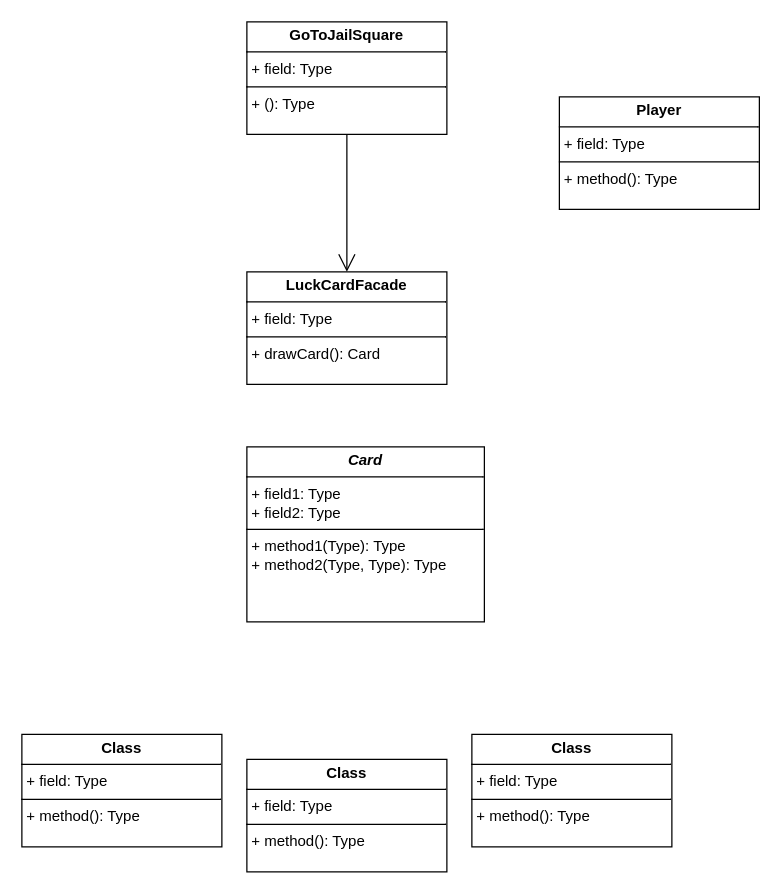
Above: workshop7-week8.drawio in antonykimuom/SWEN30006-2025-SM1-workshop1-tuew05-14-00-team-12 (draw.io), before the change. Source tidied: cells renumbered, new cells numbered last; positions are measured from the earlier drawing's top-left corner, leaving out a move shared by most shapes. Both pictures are drawn from the tidied source at 125%, with x=0, y=0 at pixel (21, 21).
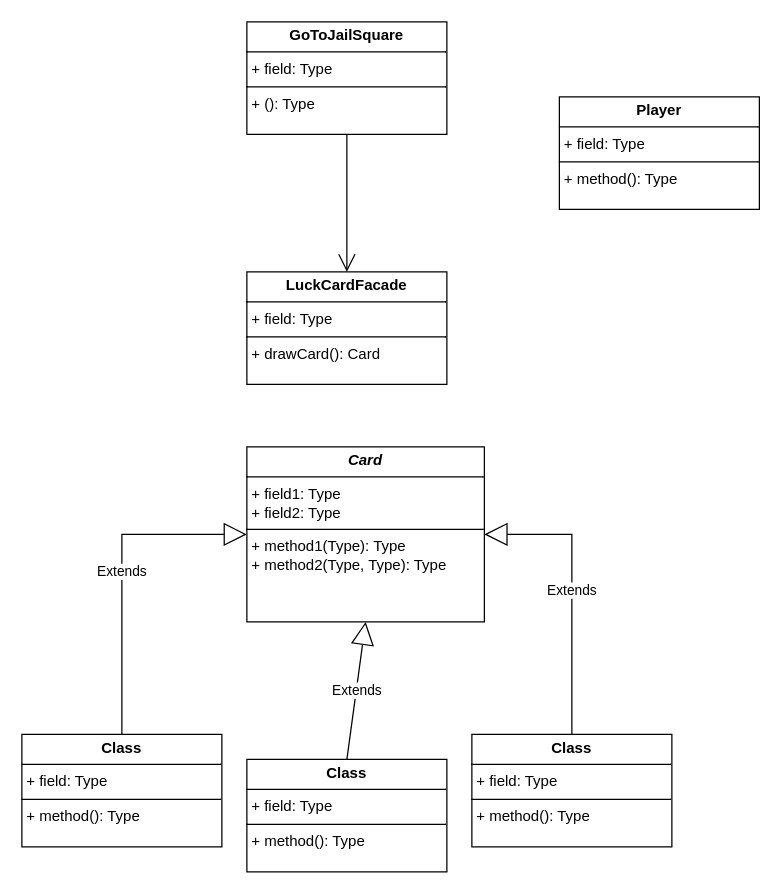
Above is the later version.

Commit message:
added arrows for abstractclass

The edit, as a diff of the source:
```diff
@@
 <mxGraphModel>
   <root>
     <mxCell id="0" />
     <mxCell id="1" parent="0" />
     <mxCell id="2" value="&lt;p style=&quot;margin:0px;margin-top:4px;text-align:center;&quot;&gt;&lt;b&gt;LuckCardFacade&lt;/b&gt;&lt;/p&gt;&lt;hr size=&quot;1&quot; style=&quot;border-style:solid;&quot;&gt;&lt;p style=&quot;margin:0px;margin-left:4px;&quot;&gt;+ field: Type&lt;/p&gt;&lt;hr size=&quot;1&quot; style=&quot;border-style:solid;&quot;&gt;&lt;p style=&quot;margin:0px;margin-left:4px;&quot;&gt;+ drawCard(): Card&lt;/p&gt;" style="verticalAlign=top;align=left;overflow=fill;html=1;whiteSpace=wrap;" parent="1" vertex="1">
       <mxGeometry x="180" y="200" width="160" height="90" as="geometry" />
     </mxCell>
     <mxCell id="3" value="&lt;p style=&quot;margin:0px;margin-top:4px;text-align:center;&quot;&gt;&lt;b&gt;GoToJailSquare&lt;/b&gt;&lt;/p&gt;&lt;hr size=&quot;1&quot; style=&quot;border-style:solid;&quot;&gt;&lt;p style=&quot;margin:0px;margin-left:4px;&quot;&gt;+ field: Type&lt;/p&gt;&lt;hr size=&quot;1&quot; style=&quot;border-style:solid;&quot;&gt;&lt;p style=&quot;margin:0px;margin-left:4px;&quot;&gt;+ (): Type&lt;/p&gt;" style="verticalAlign=top;align=left;overflow=fill;html=1;whiteSpace=wrap;" parent="1" vertex="1">
       <mxGeometry x="180" width="160" height="90" as="geometry" />
     </mxCell>
     <mxCell id="4" value="&lt;p style=&quot;margin:0px;margin-top:4px;text-align:center;&quot;&gt;&lt;b&gt;Player&lt;/b&gt;&lt;/p&gt;&lt;hr size=&quot;1&quot; style=&quot;border-style:solid;&quot;&gt;&lt;p style=&quot;margin:0px;margin-left:4px;&quot;&gt;+ field: Type&lt;/p&gt;&lt;hr size=&quot;1&quot; style=&quot;border-style:solid;&quot;&gt;&lt;p style=&quot;margin:0px;margin-left:4px;&quot;&gt;+ method(): Type&lt;/p&gt;" style="verticalAlign=top;align=left;overflow=fill;html=1;whiteSpace=wrap;" parent="1" vertex="1">
       <mxGeometry x="430" y="60" width="160" height="90" as="geometry" />
     </mxCell>
     <mxCell id="5" style="endArrow=open;endFill=1;endSize=12;html=1;rounded=0;exitX=0.5;exitY=1;exitDx=0;exitDy=0;entryX=0.5;entryY=0;entryDx=0;entryDy=0;" parent="1" edge="1" source="3" target="2">
       <mxGeometry relative="1" as="geometry" />
     </mxCell>
     <mxCell id="6" value="&lt;p style=&quot;margin:0px;margin-top:4px;text-align:center;&quot;&gt;&lt;b&gt;&lt;i&gt;Card&lt;/i&gt;&lt;/b&gt;&lt;/p&gt;&lt;hr size=&quot;1&quot; style=&quot;border-style:solid;&quot;&gt;&lt;p style=&quot;margin:0px;margin-left:4px;&quot;&gt;+ field1: Type&lt;br&gt;+ field2: Type&lt;/p&gt;&lt;hr size=&quot;1&quot; style=&quot;border-style:solid;&quot;&gt;&lt;p style=&quot;margin:0px;margin-left:4px;&quot;&gt;+ method1(Type): Type&lt;br&gt;+ method2(Type, Type): Type&lt;/p&gt;" style="verticalAlign=top;align=left;overflow=fill;html=1;whiteSpace=wrap;" parent="1" vertex="1">
       <mxGeometry x="180" y="340" width="190" height="140" as="geometry" />
     </mxCell>
     <mxCell id="7" value="&lt;p style=&quot;margin:0px;margin-top:4px;text-align:center;&quot;&gt;&lt;b&gt;Class&lt;/b&gt;&lt;/p&gt;&lt;hr size=&quot;1&quot; style=&quot;border-style:solid;&quot;/&gt;&lt;p style=&quot;margin:0px;margin-left:4px;&quot;&gt;+ field: Type&lt;/p&gt;&lt;hr size=&quot;1&quot; style=&quot;border-style:solid;&quot;/&gt;&lt;p style=&quot;margin:0px;margin-left:4px;&quot;&gt;+ method(): Type&lt;/p&gt;" style="verticalAlign=top;align=left;overflow=fill;html=1;whiteSpace=wrap;" parent="1" vertex="1">
       <mxGeometry x="360" y="570" width="160" height="90" as="geometry" />
     </mxCell>
     <mxCell id="8" value="&lt;p style=&quot;margin:0px;margin-top:4px;text-align:center;&quot;&gt;&lt;b&gt;Class&lt;/b&gt;&lt;/p&gt;&lt;hr size=&quot;1&quot; style=&quot;border-style:solid;&quot;/&gt;&lt;p style=&quot;margin:0px;margin-left:4px;&quot;&gt;+ field: Type&lt;/p&gt;&lt;hr size=&quot;1&quot; style=&quot;border-style:solid;&quot;/&gt;&lt;p style=&quot;margin:0px;margin-left:4px;&quot;&gt;+ method(): Type&lt;/p&gt;" style="verticalAlign=top;align=left;overflow=fill;html=1;whiteSpace=wrap;" parent="1" vertex="1">
       <mxGeometry x="180" y="590" width="160" height="90" as="geometry" />
     </mxCell>
     <mxCell id="9" value="&lt;p style=&quot;margin:0px;margin-top:4px;text-align:center;&quot;&gt;&lt;b&gt;Class&lt;/b&gt;&lt;/p&gt;&lt;hr size=&quot;1&quot; style=&quot;border-style:solid;&quot;/&gt;&lt;p style=&quot;margin:0px;margin-left:4px;&quot;&gt;+ field: Type&lt;/p&gt;&lt;hr size=&quot;1&quot; style=&quot;border-style:solid;&quot;/&gt;&lt;p style=&quot;margin:0px;margin-left:4px;&quot;&gt;+ method(): Type&lt;/p&gt;" style="verticalAlign=top;align=left;overflow=fill;html=1;whiteSpace=wrap;" parent="1" vertex="1">
       <mxGeometry y="570" width="160" height="90" as="geometry" />
     </mxCell>
+    <mxCell id="10" value="Extends" style="endArrow=block;endSize=16;endFill=0;html=1;rounded=0;exitX=0.5;exitY=0;exitDx=0;exitDy=0;entryX=0;entryY=0.5;entryDx=0;entryDy=0;" parent="1" edge="1" source="9" target="6">
+      <mxGeometry relative="1" as="geometry">
+        <Array as="points">
+          <mxPoint x="80" y="410" />
+        </Array>
+      </mxGeometry>
+    </mxCell>
+    <mxCell id="11" value="Extends" style="endArrow=block;endSize=16;endFill=0;html=1;rounded=0;exitX=0.5;exitY=0;exitDx=0;exitDy=0;entryX=0.5;entryY=1;entryDx=0;entryDy=0;" parent="1" edge="1" source="8" target="6">
+      <mxGeometry relative="1" as="geometry" />
+    </mxCell>
+    <mxCell id="12" value="Extends" style="endArrow=block;endSize=16;endFill=0;html=1;rounded=0;exitX=0.5;exitY=0;exitDx=0;exitDy=0;entryX=1;entryY=0.5;entryDx=0;entryDy=0;" parent="1" edge="1" source="7" target="6">
+      <mxGeometry relative="1" as="geometry">
+        <Array as="points">
+          <mxPoint x="440" y="410" />
+        </Array>
+      </mxGeometry>
+    </mxCell>
   </root>
 </mxGraphModel>
```
